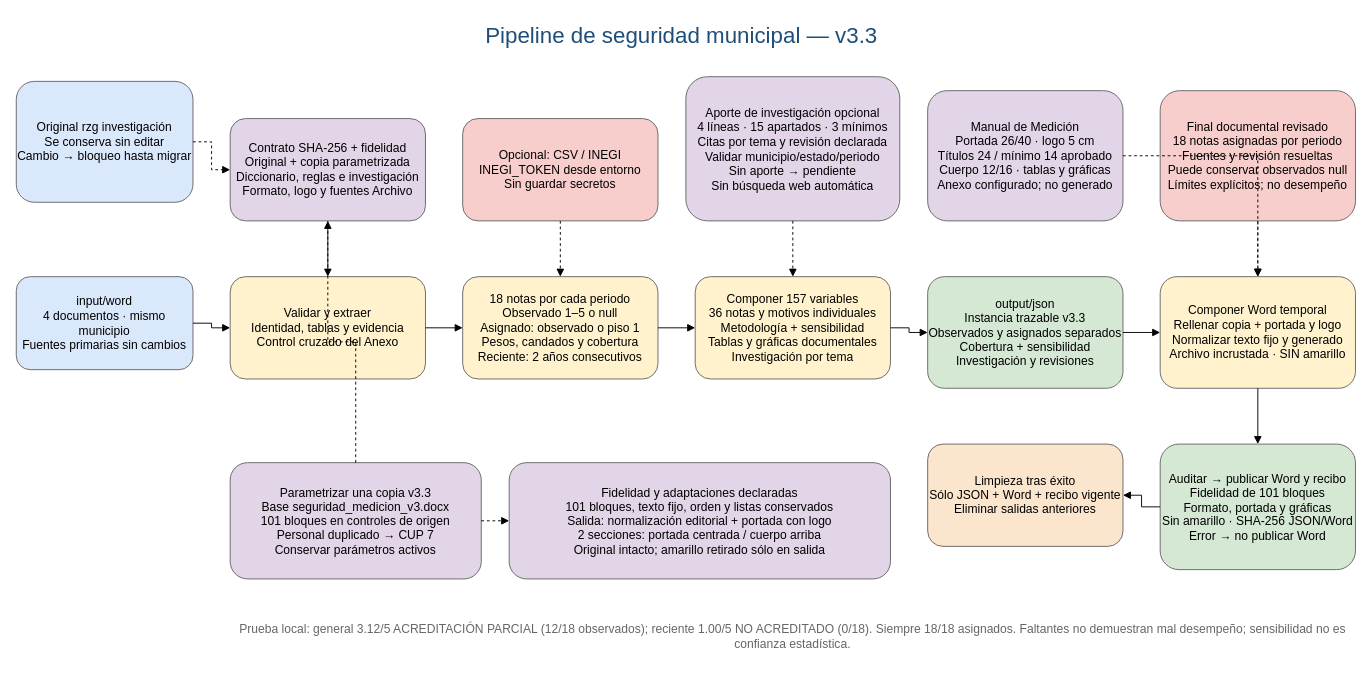
The draw.io diagram flujo_pipeline.drawio in lehcimhdz/pipeline-seguridad-municipios, before the edit. Source tidied: cells renumbered, new cells numbered last; positions are measured from the earlier drawing's top-left corner, leaving out a move shared by most shapes. Both pictures are drawn from the tidied source at 93%, with x=0, y=0 at pixel (16, 16).
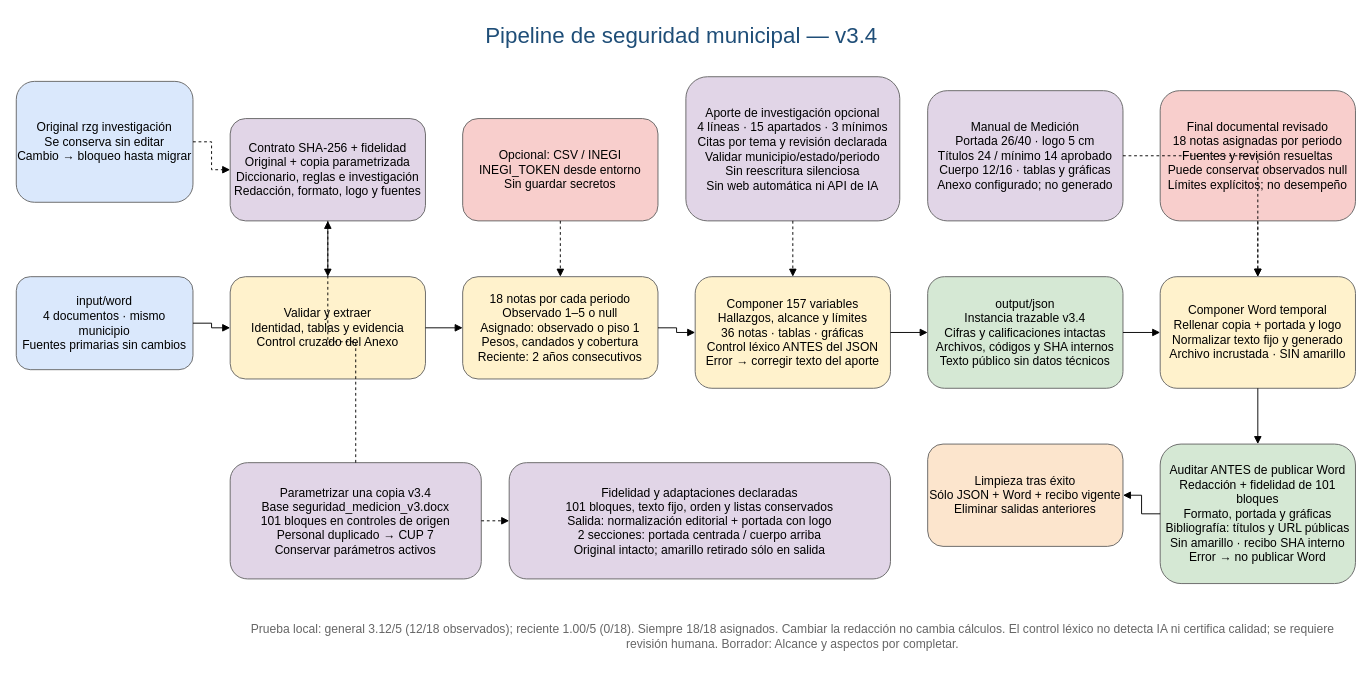
The same diagram, later.

What changed in the source:
```diff
@@
-    <mxCell id="2" value="Pipeline de seguridad municipal — v3.3" style="text;html=1;fontSize=24;align=center;fontColor=#1f4e78;" parent="1" vertex="1">
+    <mxCell id="2" value="Pipeline de seguridad municipal — v3.4" style="text;html=1;fontSize=24;align=center;fontColor=#1f4e78;" parent="1" vertex="1">
       <mxGeometry x="390" width="650" height="40" as="geometry" />
     </mxCell>
@@
-    <mxCell id="4" value="Contrato SHA-256 + fidelidad&#10;Original + copia parametrizada&#10;Diccionario, reglas e investigación&#10;Formato, logo y fuentes Archivo" style="rounded=1;whiteSpace=wrap;html=1;fillColor=#e1d5e7;strokeColor=#666666;fontSize=13;" parent="1" vertex="1">
+    <mxCell id="4" value="Contrato SHA-256 + fidelidad&#10;Original + copia parametrizada&#10;Diccionario, reglas e investigación&#10;Redacción, formato, logo y fuentes" style="rounded=1;whiteSpace=wrap;html=1;fillColor=#e1d5e7;strokeColor=#666666;fontSize=13;" parent="1" vertex="1">
       <mxGeometry x="230" y="110" width="210" height="110" as="geometry" />
     </mxCell>
@@
-    <mxCell id="8" value="Componer 157 variables&#10;36 notas y motivos individuales&#10;Metodología + sensibilidad&#10;Tablas y gráficas documentales&#10;Investigación por tema" style="rounded=1;whiteSpace=wrap;html=1;fillColor=#fff2cc;strokeColor=#666666;fontSize=13;" parent="1" vertex="1">
-      <mxGeometry x="730" y="280" width="210" height="110" as="geometry" />
+    <mxCell id="8" value="Componer 157 variables&#10;Hallazgos, alcance y límites&#10;36 notas · tablas · gráficas&#10;Control léxico ANTES del JSON&#10;Error → corregir texto del aporte" style="rounded=1;whiteSpace=wrap;html=1;fillColor=#fff2cc;strokeColor=#666666;fontSize=13;" parent="1" vertex="1">
+      <mxGeometry x="730" y="280" width="210" height="120" as="geometry" />
     </mxCell>
-    <mxCell id="9" value="Aporte de investigación opcional&#10;4 líneas · 15 apartados · 3 mínimos&#10;Citas por tema y revisión declarada&#10;Validar municipio/estado/periodo&#10;Sin aporte → pendiente&#10;Sin búsqueda web automática" style="rounded=1;whiteSpace=wrap;html=1;fillColor=#e1d5e7;strokeColor=#666666;fontSize=13;" parent="1" vertex="1">
+    <mxCell id="9" value="Aporte de investigación opcional&#10;4 líneas · 15 apartados · 3 mínimos&#10;Citas por tema y revisión declarada&#10;Validar municipio/estado/periodo&#10;Sin reescritura silenciosa&#10;Sin web automática ni API de IA" style="rounded=1;whiteSpace=wrap;html=1;fillColor=#e1d5e7;strokeColor=#666666;fontSize=13;" parent="1" vertex="1">
       <mxGeometry x="720" y="65" width="230" height="155" as="geometry" />
     </mxCell>
-    <mxCell id="10" value="output/json&#10;Instancia trazable v3.3&#10;Observados y asignados separados&#10;Cobertura + sensibilidad&#10;Investigación y revisiones" style="rounded=1;whiteSpace=wrap;html=1;fillColor=#d5e8d4;strokeColor=#666666;fontSize=13;" parent="1" vertex="1">
+    <mxCell id="10" value="output/json&#10;Instancia trazable v3.4&#10;Cifras y calificaciones intactas&#10;Archivos, códigos y SHA internos&#10;Texto público sin datos técnicos" style="rounded=1;whiteSpace=wrap;html=1;fillColor=#d5e8d4;strokeColor=#666666;fontSize=13;" parent="1" vertex="1">
       <mxGeometry x="980" y="280" width="210" height="120" as="geometry" />
     </mxCell>
@@
-    <mxCell id="14" value="Auditar → publicar Word y recibo&#10;Fidelidad de 101 bloques&#10;Formato, portada y gráficas&#10;Sin amarillo · SHA-256 JSON/Word&#10;Error → no publicar Word" style="rounded=1;whiteSpace=wrap;html=1;fillColor=#d5e8d4;strokeColor=#666666;fontSize=13;" parent="1" vertex="1">
-      <mxGeometry x="1230" y="460" width="210" height="135" as="geometry" />
+    <mxCell id="14" value="Auditar ANTES de publicar Word&#10;Redacción + fidelidad de 101 bloques&#10;Formato, portada y gráficas&#10;Bibliografía: títulos y URL públicas&#10;Sin amarillo · recibo SHA interno&#10;Error → no publicar Word" style="rounded=1;whiteSpace=wrap;html=1;fillColor=#d5e8d4;strokeColor=#666666;fontSize=13;" parent="1" vertex="1">
+      <mxGeometry x="1230" y="460" width="210" height="150" as="geometry" />
     </mxCell>
@@
-    <mxCell id="17" value="Parametrizar una copia v3.3&#10;Base seguridad_medicion_v3.docx&#10;101 bloques en controles de origen&#10;Personal duplicado → CUP 7&#10;Conservar parámetros activos" style="rounded=1;whiteSpace=wrap;html=1;fillColor=#e1d5e7;strokeColor=#666666;fontSize=13;" parent="1" vertex="1">
+    <mxCell id="17" value="Parametrizar una copia v3.4&#10;Base seguridad_medicion_v3.docx&#10;101 bloques en controles de origen&#10;Personal duplicado → CUP 7&#10;Conservar parámetros activos" style="rounded=1;whiteSpace=wrap;html=1;fillColor=#e1d5e7;strokeColor=#666666;fontSize=13;" parent="1" vertex="1">
       <mxGeometry x="230" y="480" width="270" height="125" as="geometry" />
     </mxCell>
@@
-    <mxCell id="19" value="Prueba local: general 3.12/5 ACREDITACIÓN PARCIAL (12/18 observados); reciente 1.00/5 NO ACREDITADO (0/18). Siempre 18/18 asignados. Faltantes no demuestran mal desempeño; sensibilidad no es confianza estadística." style="text;whiteSpace=wrap;html=1;fontSize=13;align=center;fontColor=#666666;" parent="1" vertex="1">
+    <mxCell id="19" value="Prueba local: general 3.12/5 (12/18 observados); reciente 1.00/5 (0/18). Siempre 18/18 asignados. Cambiar la redacción no cambia cálculos. El control léxico no detecta IA ni certifica calidad; se requiere revisión humana. Borrador: Alcance y aspectos por completar." style="text;whiteSpace=wrap;html=1;fontSize=13;align=center;fontColor=#666666;" parent="1" vertex="1">
       <mxGeometry x="230" y="645" width="1210" height="50" as="geometry" />
     </mxCell>
```
